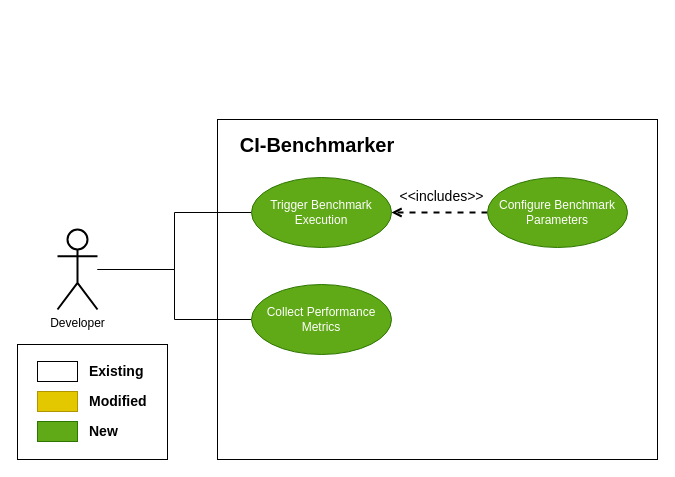
Before: Diagram/usecase_2.drawio in ShuaiweiYu/master-thesis, a draw.io diagram. Source tidied: cells renumbered, new cells numbered last; positions are measured from the earlier drawing's top-left corner, leaving out a move shared by most shapes. Both pictures are drawn from the tidied source at 100%, with x=0, y=0 at pixel (17, 119).
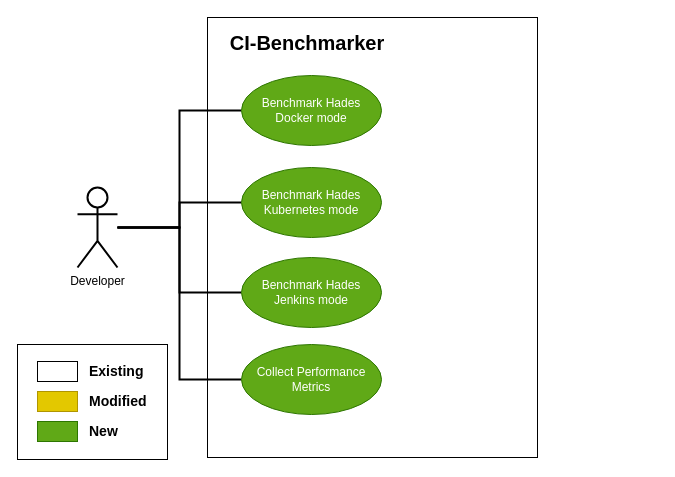
Above is the later version.

Diff of the diagram source:
```diff
@@
 <mxGraphModel>
   <root>
     <mxCell id="0" />
     <mxCell id="1" parent="0" />
     <mxCell id="2" style="html=1;whiteSpace=wrap;" parent="1" vertex="1">
       <mxGeometry y="225" width="150" height="115" as="geometry" />
     </mxCell>
     <mxCell id="3" style="html=1;whiteSpace=wrap;" parent="1" vertex="1">
-      <mxGeometry x="200" width="440" height="340" as="geometry" />
+      <mxGeometry x="190" y="-102" width="330" height="440" as="geometry" />
     </mxCell>
-    <mxCell id="4" style="edgeStyle=orthogonalEdgeStyle;rounded=0;jettySize=auto;html=1;endArrow=none;endFill=0;" parent="1" edge="1" source="6" target="8">
+    <mxCell id="4" style="edgeStyle=orthogonalEdgeStyle;rounded=0;jettySize=auto;html=1;entryX=0;entryY=0.5;entryDx=0;entryDy=0;endArrow=none;endFill=0;strokeWidth=2;" parent="1" edge="1" source="6" target="8">
       <mxGeometry relative="1" as="geometry" />
     </mxCell>
+    <mxCell id="19" style="edgeStyle=orthogonalEdgeStyle;rounded=0;jettySize=auto;html=1;entryX=0;entryY=0.5;entryDx=0;entryDy=0;endArrow=none;endFill=0;strokeWidth=2;" parent="1" edge="1" source="6" target="22">
+      <mxGeometry relative="1" as="geometry" />
+    </mxCell>
+    <mxCell id="20" style="edgeStyle=orthogonalEdgeStyle;rounded=0;jettySize=auto;html=1;endArrow=none;endFill=0;strokeWidth=2;" parent="1" edge="1" source="6" target="21">
+      <mxGeometry relative="1" as="geometry" />
+    </mxCell>
-    <mxCell id="5" style="edgeStyle=orthogonalEdgeStyle;rounded=0;jettySize=auto;html=1;endArrow=none;endFill=0;" parent="1" edge="1" source="6" target="7">
+    <mxCell id="5" style="edgeStyle=orthogonalEdgeStyle;rounded=0;jettySize=auto;html=1;entryX=0;entryY=0.5;entryDx=0;entryDy=0;endArrow=none;endFill=0;strokeWidth=2;" parent="1" edge="1" source="6" target="7">
       <mxGeometry relative="1" as="geometry" />
     </mxCell>
     <mxCell id="6" value="Developer" style="shape=umlActor;verticalLabelPosition=bottom;verticalAlign=top;html=1;strokeWidth=2;" parent="1" vertex="1">
-      <mxGeometry x="40" y="110" width="40" height="80" as="geometry" />
+      <mxGeometry x="60" y="68" width="40" height="80" as="geometry" />
     </mxCell>
     <mxCell id="7" value="&lt;font color=&quot;#ffffff&quot;&gt;Collect Performance Metrics&lt;/font&gt;" style="ellipse;whiteSpace=wrap;html=1;fillColor=#60a917;fontColor=#ffffff;strokeColor=#2D7600;" parent="1" vertex="1">
-      <mxGeometry x="234" y="165" width="140" height="70" as="geometry" />
+      <mxGeometry x="224" y="225" width="140" height="70" as="geometry" />
     </mxCell>
-    <mxCell id="8" value="&lt;font style=&quot;color: rgb(255, 255, 255);&quot;&gt;Trigger Benchmark Execution&lt;/font&gt;" style="ellipse;whiteSpace=wrap;html=1;fillColor=#60a917;fontColor=#ffffff;strokeColor=#2D7600;" parent="1" vertex="1">
-      <mxGeometry x="234" y="58" width="140" height="70" as="geometry" />
+    <mxCell id="8" value="Benchmark Hades Docker mode" style="ellipse;whiteSpace=wrap;html=1;fillColor=#60a917;fontColor=#ffffff;strokeColor=#2D7600;" parent="1" vertex="1">
+      <mxGeometry x="224" y="-44" width="140" height="70" as="geometry" />
     </mxCell>
-    <mxCell id="9" style="edgeStyle=orthogonalEdgeStyle;rounded=0;jettySize=auto;html=1;dashed=1;strokeWidth=2;endArrow=open;endFill=0;" parent="1" edge="1" source="10" target="8">
-      <mxGeometry relative="1" as="geometry" />
-    </mxCell>
-    <mxCell id="10" value="&lt;font&gt;Configure Benchmark Parameters&lt;/font&gt;" style="ellipse;whiteSpace=wrap;html=1;fillColor=#60a917;fontColor=#ffffff;strokeColor=#2D7600;" parent="1" vertex="1">
-      <mxGeometry x="470" y="58" width="140" height="70" as="geometry" />
-    </mxCell>
-    <mxCell id="11" value="&amp;lt;&amp;lt;includes&amp;gt;&amp;gt;" style="edgeLabel;html=1;align=center;verticalAlign=middle;fontSize=14;" parent="1" vertex="1">
-      <mxGeometry x="450" y="118" as="geometry">
-        <mxPoint x="-27" y="-42" as="offset" />
-      </mxGeometry>
-    </mxCell>
     <mxCell id="12" style="html=1;whiteSpace=wrap;" parent="1" vertex="1">
       <mxGeometry x="20" y="242" width="40" height="20" as="geometry" />
     </mxCell>
     <mxCell id="13" style="html=1;whiteSpace=wrap;fillColor=#e3c800;fontColor=#000000;strokeColor=#B09500;" parent="1" vertex="1">
       <mxGeometry x="20" y="272" width="40" height="20" as="geometry" />
     </mxCell>
     <mxCell id="14" style="html=1;whiteSpace=wrap;fillColor=#60a917;fontColor=#ffffff;strokeColor=#2D7600;" parent="1" vertex="1">
       <mxGeometry x="20" y="302" width="40" height="20" as="geometry" />
     </mxCell>
     <mxCell id="15" value="Existing" style="text;html=1;whiteSpace=wrap;strokeColor=none;fillColor=none;align=left;verticalAlign=middle;rounded=0;fontSize=14;fontStyle=1;" parent="1" vertex="1">
       <mxGeometry x="70" y="237" width="60" height="30" as="geometry" />
     </mxCell>
     <mxCell id="16" value="Modified" style="text;html=1;whiteSpace=wrap;strokeColor=none;fillColor=none;align=left;verticalAlign=middle;rounded=0;fontSize=14;fontStyle=1;" parent="1" vertex="1">
       <mxGeometry x="70" y="267" width="60" height="30" as="geometry" />
     </mxCell>
     <mxCell id="17" value="New" style="text;html=1;whiteSpace=wrap;strokeColor=none;fillColor=none;align=left;verticalAlign=middle;rounded=0;fontSize=14;fontStyle=1;" parent="1" vertex="1">
       <mxGeometry x="70" y="297" width="60" height="30" as="geometry" />
     </mxCell>
     <mxCell id="18" value="&lt;b&gt;&lt;font style=&quot;font-size: 20px;&quot;&gt;CI-Benchmarker&lt;/font&gt;&lt;/b&gt;" style="text;html=1;whiteSpace=wrap;strokeColor=none;fillColor=none;align=center;verticalAlign=middle;rounded=0;" parent="1" vertex="1">
-      <mxGeometry x="210" y="10" width="180" height="30" as="geometry" />
+      <mxGeometry x="200" y="-92" width="180" height="30" as="geometry" />
     </mxCell>
+    <mxCell id="21" value="Benchmark Hades Jenkins mode" style="ellipse;whiteSpace=wrap;html=1;fillColor=#60a917;fontColor=#ffffff;strokeColor=#2D7600;" parent="1" vertex="1">
+      <mxGeometry x="224" y="138" width="140" height="70" as="geometry" />
+    </mxCell>
+    <mxCell id="22" value="Benchmark Hades Kubernetes mode" style="ellipse;whiteSpace=wrap;html=1;fillColor=#60a917;fontColor=#ffffff;strokeColor=#2D7600;" parent="1" vertex="1">
+      <mxGeometry x="224" y="48" width="140" height="70" as="geometry" />
+    </mxCell>
   </root>
 </mxGraphModel>
```
